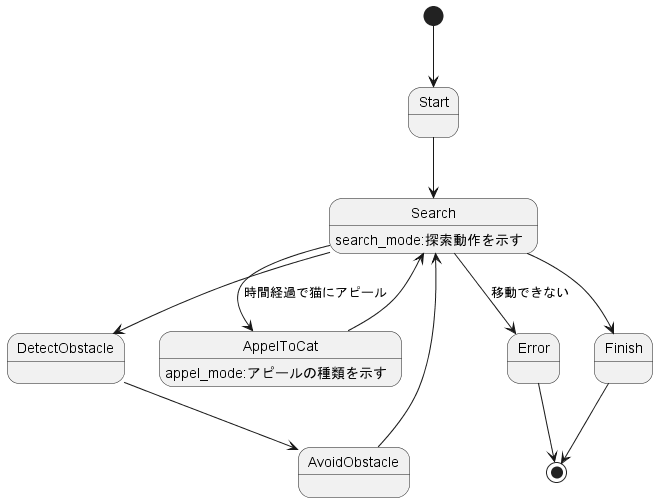
yudai0804/cat-gpt keeps this PlantUML diagram as uml/out/state_machine/rat/sub_state_search/sub_state_search.png. Above is the earlier version.
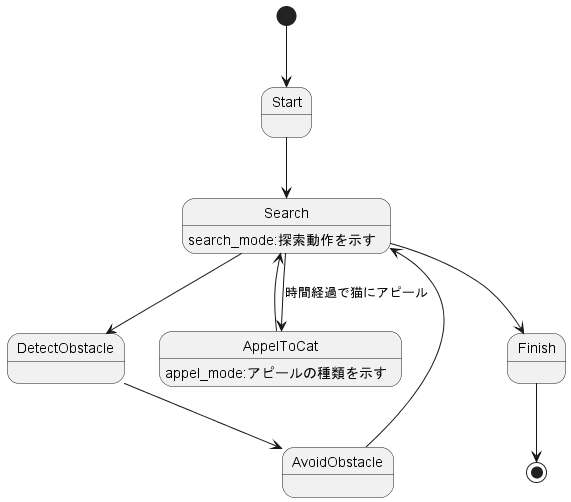
After the change.

Diff of the diagram source:
```diff
@@ -8,9 +8,7 @@
 Search --> AppelToCat : 時間経過で猫にアピール
 AppelToCat --> Search
 AppelToCat : appel_mode:アピールの種類を示す
-Search --> Error : 移動できない
 Search --> Finish
-Error --> [*]
 Finish --> [*]
 
 @enduml
```
